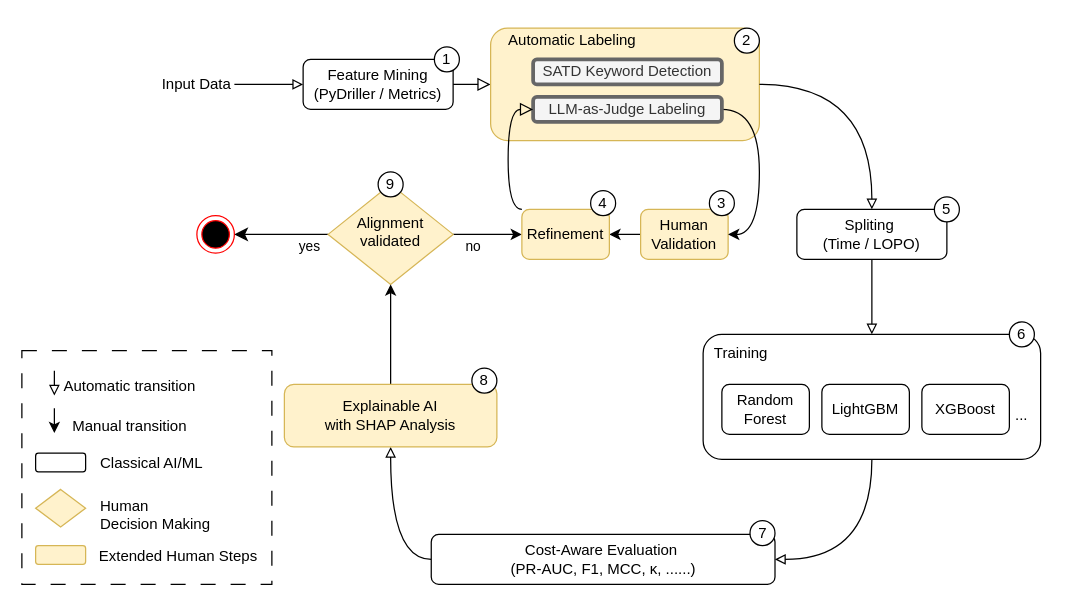
Before: artifacts/figures/workflowdiagram.drawio in Prof-it/td_prediction_llm, a draw.io diagram. Source tidied: cells renumbered, new cells numbered last; positions are measured from the earlier drawing's top-left corner, leaving out a move shared by most shapes. Both pictures are drawn from the tidied source at 125%, with x=0, y=0 at pixel (21, 21).
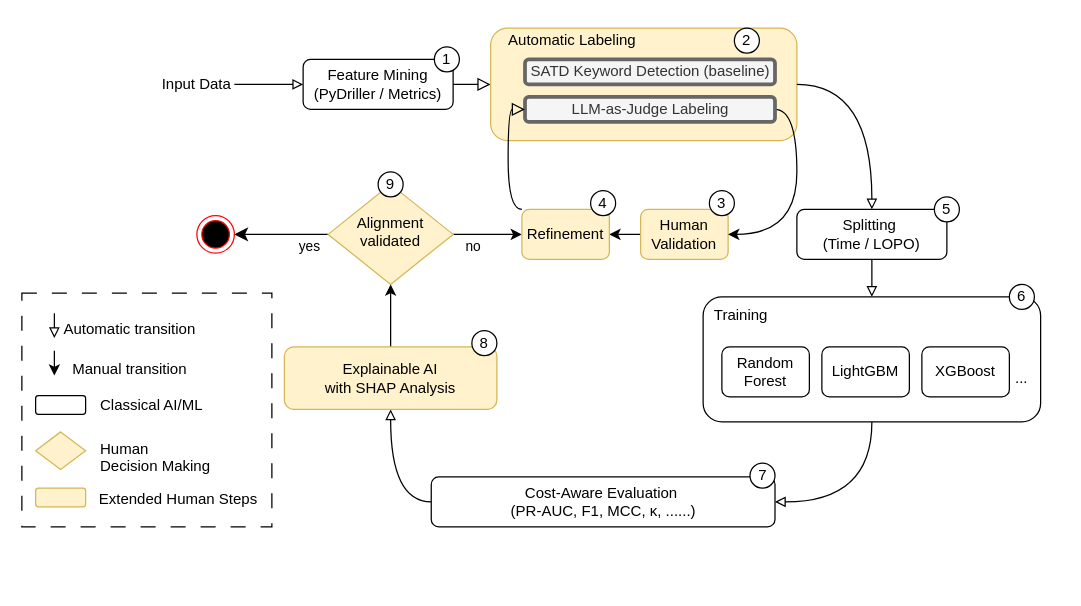
Above is the later version.

Unchanged cells that the change refers to:
```xml
<mxCell id="9" value="Human Validation" style="rounded=1;whiteSpace=wrap;html=1;fontSize=12;glass=0;strokeWidth=1;shadow=0;fillColor=#fff2cc;strokeColor=#d6b656;" parent="1" vertex="1">
  <mxGeometry x="495" y="150" width="70" height="40" as="geometry" />
</mxCell>
```

Change to the diagram source:
```diff
@@
     <mxCell id="2" style="rounded=0;whiteSpace=wrap;html=1;dashed=1;dashPattern=12 12;" parent="1" vertex="1">
-      <mxGeometry y="263" width="200" height="187" as="geometry" />
+      <mxGeometry y="217" width="200" height="187" as="geometry" />
     </mxCell>
@@
     <mxCell id="13" style="rounded=1;whiteSpace=wrap;html=1;fontSize=12;glass=0;strokeWidth=1;shadow=0;fillColor=#fff2cc;strokeColor=#d6b656;" parent="1" vertex="1">
-      <mxGeometry x="375" y="5" width="215" height="90" as="geometry" />
+      <mxGeometry x="375" y="5" width="245" height="90" as="geometry" />
     </mxCell>
@@
-    <mxCell id="15" value="SATD Keyword&amp;nbsp;&lt;span style=&quot;background-color: transparent; color: light-dark(rgb(51, 51, 51), rgb(193, 193, 193));&quot;&gt;Detection&lt;/span&gt;" style="rounded=1;whiteSpace=wrap;html=1;fontSize=12;glass=0;strokeWidth=3;shadow=0;fillColor=#f5f5f5;strokeColor=#666666;fontColor=#333333;" parent="1" vertex="1">
-      <mxGeometry x="409" y="30" width="151" height="20" as="geometry" />
+    <mxCell id="15" value="SATD Keyword&amp;nbsp;&lt;span style=&quot;background-color: transparent; color: light-dark(rgb(51, 51, 51), rgb(193, 193, 193));&quot;&gt;Detection (baseline)&lt;/span&gt;" style="rounded=1;whiteSpace=wrap;html=1;fontSize=12;glass=0;strokeWidth=3;shadow=0;fillColor=#f5f5f5;strokeColor=#666666;fontColor=#333333;" parent="1" vertex="1">
+      <mxGeometry x="402.5" y="30" width="200" height="20" as="geometry" />
     </mxCell>
     <mxCell id="16" style="edgeStyle=orthogonalEdgeStyle;rounded=0;jettySize=auto;html=1;exitX=1;exitY=0.5;exitDx=0;exitDy=0;curved=1;entryX=1;entryY=0.5;entryDx=0;entryDy=0;" parent="1" edge="1" source="17" target="9">
       <mxGeometry relative="1" as="geometry">
         <Array as="points">
-          <mxPoint x="590" y="70" />
-          <mxPoint x="590" y="170" />
+          <mxPoint x="620" y="70" />
+          <mxPoint x="620" y="170" />
         </Array>
       </mxGeometry>
     </mxCell>
     <mxCell id="17" value="LLM-as-Judge&amp;nbsp;&lt;span style=&quot;background-color: transparent; color: light-dark(rgb(51, 51, 51), rgb(193, 193, 193));&quot;&gt;Labeling&lt;/span&gt;" style="rounded=1;whiteSpace=wrap;html=1;fontSize=12;glass=0;strokeWidth=3;shadow=0;fillColor=#f5f5f5;strokeColor=#666666;fontColor=#333333;" parent="1" vertex="1">
-      <mxGeometry x="409" y="60" width="151" height="20" as="geometry" />
+      <mxGeometry x="402.5" y="60" width="200" height="20" as="geometry" />
     </mxCell>
@@
-    <mxCell id="19" value="Spliting&amp;nbsp;&lt;div&gt;(Time / LOPO)&lt;/div&gt;" style="rounded=1;whiteSpace=wrap;html=1;fontSize=12;glass=0;strokeWidth=1;shadow=0;" parent="1" vertex="1">
+    <mxCell id="19" value="Splitting&amp;nbsp;&lt;div&gt;(Time / LOPO)&lt;/div&gt;" style="rounded=1;whiteSpace=wrap;html=1;fontSize=12;glass=0;strokeWidth=1;shadow=0;" parent="1" vertex="1">
       <mxGeometry x="620" y="150" width="120" height="40" as="geometry" />
     </mxCell>
@@
     <mxCell id="21" style="rounded=1;whiteSpace=wrap;html=1;fontSize=12;glass=0;strokeWidth=1;shadow=0;" parent="1" vertex="1">
-      <mxGeometry x="545" y="250" width="270" height="100" as="geometry" />
+      <mxGeometry x="545" y="220" width="270" height="100" as="geometry" />
     </mxCell>
     <mxCell id="22" value="Training" style="text;html=1;align=center;verticalAlign=middle;strokeColor=none;fillColor=none;" parent="1" vertex="1">
-      <mxGeometry x="540" y="250" width="70" height="30" as="geometry" />
+      <mxGeometry x="540" y="220" width="70" height="30" as="geometry" />
     </mxCell>
     <mxCell id="23" value="Random&lt;div&gt;Forest&lt;/div&gt;" style="rounded=1;whiteSpace=wrap;html=1;fontSize=12;glass=0;strokeWidth=1;shadow=0;" parent="1" vertex="1">
-      <mxGeometry x="560" y="290" width="70" height="40" as="geometry" />
+      <mxGeometry x="560" y="260" width="70" height="40" as="geometry" />
     </mxCell>
     <mxCell id="24" value="LightGBM" style="rounded=1;whiteSpace=wrap;html=1;fontSize=12;glass=0;strokeWidth=1;shadow=0;" parent="1" vertex="1">
-      <mxGeometry x="640" y="290" width="70" height="40" as="geometry" />
+      <mxGeometry x="640" y="260" width="70" height="40" as="geometry" />
     </mxCell>
     <mxCell id="25" value="XGBoost" style="rounded=1;whiteSpace=wrap;html=1;fontSize=12;glass=0;strokeWidth=1;shadow=0;" parent="1" vertex="1">
-      <mxGeometry x="720" y="290" width="70" height="40" as="geometry" />
+      <mxGeometry x="720" y="260" width="70" height="40" as="geometry" />
     </mxCell>
@@
     <mxCell id="27" value="&lt;div&gt;Cost-Aware Evaluation&amp;nbsp;&lt;/div&gt;&lt;div&gt;(PR-AUC, F1, MCC, κ, ......)&lt;/div&gt;" style="rounded=1;whiteSpace=wrap;html=1;fontSize=12;glass=0;strokeWidth=1;shadow=0;" parent="1" vertex="1">
-      <mxGeometry x="327.5" y="410" width="275" height="40" as="geometry" />
+      <mxGeometry x="327.5" y="364" width="275" height="40" as="geometry" />
     </mxCell>
@@
     <mxCell id="29" value="&lt;div&gt;&lt;span style=&quot;background-color: transparent; color: light-dark(rgb(0, 0, 0), rgb(255, 255, 255));&quot;&gt;Explainable AI&lt;/span&gt;&lt;/div&gt;&lt;div&gt;&lt;span style=&quot;background-color: transparent; color: light-dark(rgb(0, 0, 0), rgb(255, 255, 255));&quot;&gt;with SHAP Analysis&lt;/span&gt;&lt;/div&gt;" style="rounded=1;whiteSpace=wrap;html=1;fontSize=12;glass=0;strokeWidth=1;shadow=0;fillColor=#fff2cc;strokeColor=#d6b656;" parent="1" vertex="1">
-      <mxGeometry x="210" y="290" width="170" height="50" as="geometry" />
+      <mxGeometry x="210" y="260" width="170" height="50" as="geometry" />
     </mxCell>
@@
     <mxCell id="31" style="edgeStyle=orthogonalEdgeStyle;rounded=0;orthogonalLoop=1;jettySize=auto;html=1;entryX=0.5;entryY=0;entryDx=0;entryDy=0;endArrow=block;endFill=0;" parent="1" edge="1">
       <mxGeometry relative="1" as="geometry">
-        <mxPoint x="26" y="279" as="sourcePoint" />
-        <mxPoint x="26" y="299" as="targetPoint" />
+        <mxPoint x="26" y="233" as="sourcePoint" />
+        <mxPoint x="26" y="253" as="targetPoint" />
       </mxGeometry>
     </mxCell>
     <mxCell id="32" value="Automatic transition" style="text;html=1;align=center;verticalAlign=middle;strokeColor=none;fillColor=none;" parent="1" vertex="1">
-      <mxGeometry x="21" y="277" width="130" height="30" as="geometry" />
+      <mxGeometry x="21" y="231" width="130" height="30" as="geometry" />
     </mxCell>
     <mxCell id="33" value="Manual transition" style="text;html=1;align=center;verticalAlign=middle;strokeColor=none;fillColor=none;" parent="1" vertex="1">
-      <mxGeometry x="31" y="309" width="110" height="30" as="geometry" />
+      <mxGeometry x="31" y="263" width="110" height="30" as="geometry" />
     </mxCell>
     <mxCell id="34" style="edgeStyle=orthogonalEdgeStyle;rounded=0;orthogonalLoop=1;jettySize=auto;html=1;endArrow=classic;endFill=1;" parent="1" edge="1">
       <mxGeometry relative="1" as="geometry">
-        <mxPoint x="26" y="309" as="sourcePoint" />
-        <mxPoint x="26" y="329" as="targetPoint" />
+        <mxPoint x="26" y="263" as="sourcePoint" />
+        <mxPoint x="26" y="283" as="targetPoint" />
       </mxGeometry>
     </mxCell>
     <mxCell id="35" value="&lt;div style=&quot;text-align: center;&quot;&gt;&lt;span style=&quot;color: light-dark(rgb(0, 0, 0), rgb(255, 255, 255)); background-color: rgb(255, 255, 255);&quot;&gt;Classical AI/ML&lt;/span&gt;&lt;/div&gt;" style="text;whiteSpace=wrap;html=1;" parent="1" vertex="1">
-      <mxGeometry x="61" y="339" width="90" height="35" as="geometry" />
+      <mxGeometry x="61" y="293" width="90" height="35" as="geometry" />
     </mxCell>
     <mxCell id="36" style="rounded=1;whiteSpace=wrap;html=1;fontSize=12;glass=0;strokeWidth=1;shadow=0;" parent="1" vertex="1">
-      <mxGeometry x="11" y="345" width="40" height="15" as="geometry" />
+      <mxGeometry x="11" y="299" width="40" height="15" as="geometry" />
     </mxCell>
@@
     <mxCell id="40" style="rhombus;whiteSpace=wrap;html=1;shadow=0;fontFamily=Helvetica;fontSize=12;align=center;strokeWidth=1;spacing=6;spacingTop=-4;fillColor=#fff2cc;strokeColor=#d6b656;" parent="1" vertex="1">
-      <mxGeometry x="11" y="374" width="40" height="30" as="geometry" />
+      <mxGeometry x="11" y="328" width="40" height="30" as="geometry" />
     </mxCell>
     <mxCell id="41" style="rounded=1;whiteSpace=wrap;html=1;fontSize=12;glass=0;strokeWidth=1;shadow=0;fillColor=#fff2cc;strokeColor=#d6b656;" parent="1" vertex="1">
-      <mxGeometry x="11" y="419" width="40" height="15" as="geometry" />
+      <mxGeometry x="11" y="373" width="40" height="15" as="geometry" />
     </mxCell>
     <mxCell id="42" value="&lt;span style=&quot;color: rgb(0, 0, 0); font-family: Helvetica; font-size: 12px; font-style: normal; font-variant-ligatures: normal; font-variant-caps: normal; font-weight: 400; letter-spacing: normal; orphans: 2; text-align: center; text-indent: 0px; text-transform: none; widows: 2; word-spacing: 0px; -webkit-text-stroke-width: 0px; white-space: normal; text-decoration-thickness: initial; text-decoration-style: initial; text-decoration-color: initial; float: none; background-color: light-dark(#ffffff, var(--ge-dark-color, #121212)); display: inline !important;&quot;&gt;Human&amp;nbsp;&lt;/span&gt;&lt;div&gt;&lt;span style=&quot;background-color: light-dark(#ffffff, var(--ge-dark-color, #121212)); color: light-dark(rgb(0, 0, 0), rgb(237, 237, 237)); text-align: center;&quot;&gt;Decision&amp;nbsp;&lt;/span&gt;&lt;span style=&quot;background-color: light-dark(#ffffff, var(--ge-dark-color, #121212)); color: light-dark(rgb(0, 0, 0), rgb(237, 237, 237)); text-align: center;&quot;&gt;Making&lt;/span&gt;&lt;/div&gt;" style="text;whiteSpace=wrap;html=1;" parent="1" vertex="1">
-      <mxGeometry x="61" y="374" width="80" height="40" as="geometry" />
+      <mxGeometry x="61" y="328" width="80" height="40" as="geometry" />
     </mxCell>
     <mxCell id="43" value="&lt;div style=&quot;text-align: center;&quot;&gt;&lt;span style=&quot;background-color: rgb(255, 255, 255);&quot;&gt;Extended Human Steps&lt;/span&gt;&lt;/div&gt;" style="text;whiteSpace=wrap;html=1;" parent="1" vertex="1">
-      <mxGeometry x="60" y="414" width="140" height="25" as="geometry" />
+      <mxGeometry x="60" y="368" width="140" height="25" as="geometry" />
     </mxCell>
     <mxCell id="44" value="..." style="text;html=1;whiteSpace=wrap;strokeColor=none;fillColor=none;align=center;verticalAlign=middle;rounded=0;" parent="1" vertex="1">
-      <mxGeometry x="770" y="300" width="60" height="30" as="geometry" />
+      <mxGeometry x="770" y="270" width="60" height="30" as="geometry" />
     </mxCell>
@@
     <mxCell id="49" value="7" style="ellipse;whiteSpace=wrap;html=1;" parent="1" vertex="1">
-      <mxGeometry x="582.5" y="399" width="20" height="20" as="geometry" />
+      <mxGeometry x="582.5" y="353" width="20" height="20" as="geometry" />
     </mxCell>
@@
     <mxCell id="51" value="6" style="ellipse;whiteSpace=wrap;html=1;" parent="1" vertex="1">
-      <mxGeometry x="790" y="240" width="20" height="20" as="geometry" />
+      <mxGeometry x="790" y="210" width="20" height="20" as="geometry" />
     </mxCell>
     <mxCell id="52" value="8" style="ellipse;whiteSpace=wrap;html=1;" parent="1" vertex="1">
-      <mxGeometry x="360" y="277" width="20" height="20" as="geometry" />
+      <mxGeometry x="360" y="247" width="20" height="20" as="geometry" />
     </mxCell>
```
